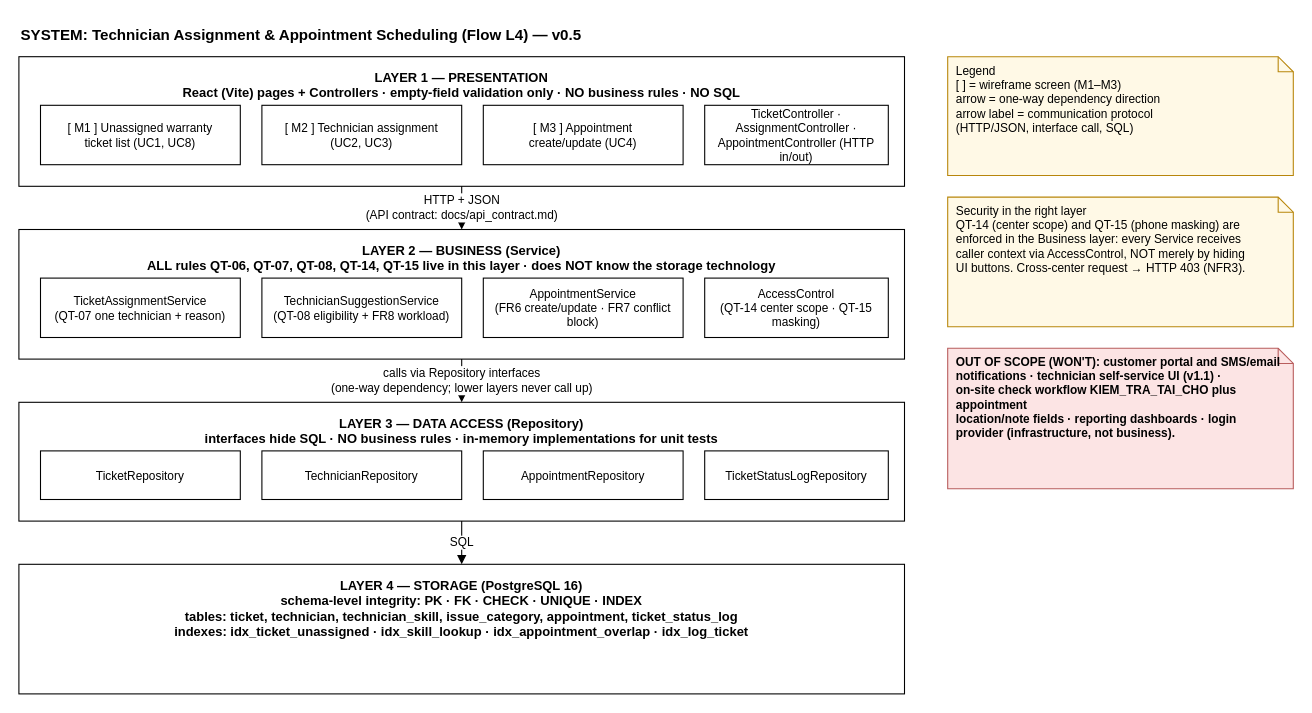
This is docs/architecture_l4_en.drawio from RASPHONE/cdtn1-rasphonesamphanthamith-l4, a draw.io file, before an edit. Source tidied: cells renumbered, new cells numbered last; positions are measured from the earlier drawing's top-left corner, leaving out a move shared by most shapes. Both pictures are drawn from the tidied source at 108%, with x=0, y=0 at pixel (18, 18).
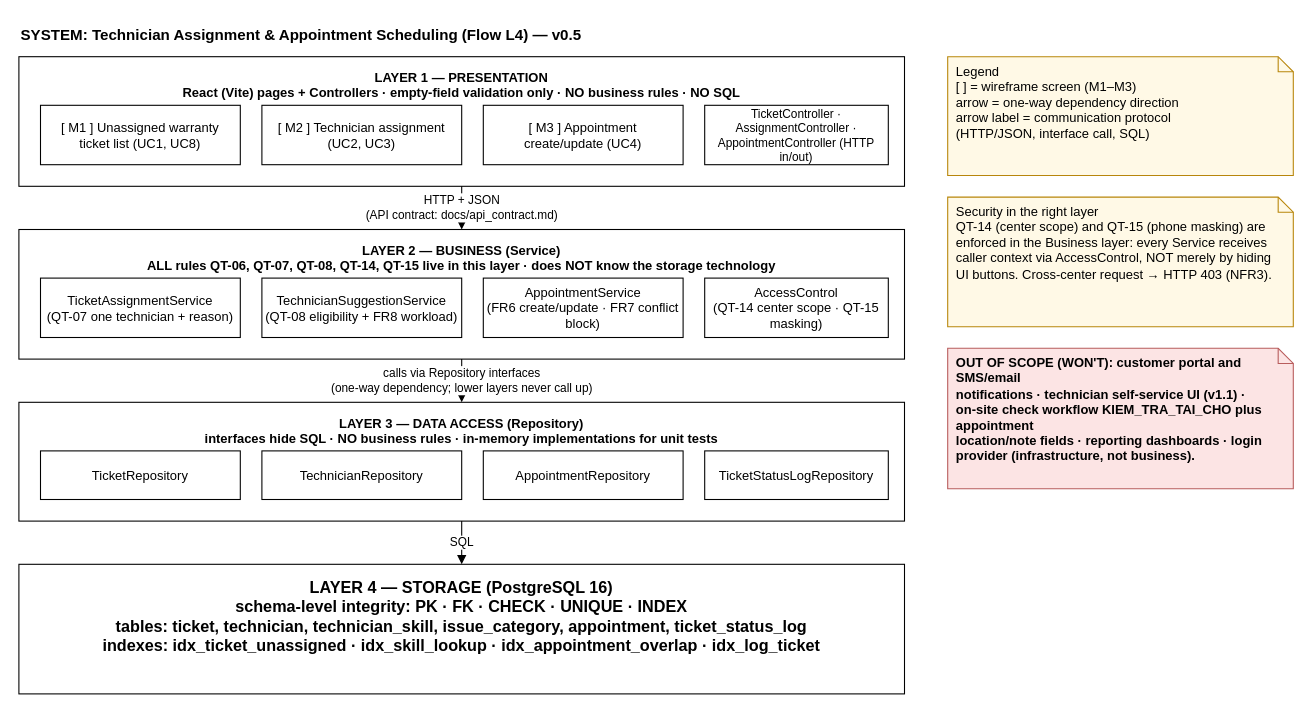
The same page after the edit.

The edit, as a diff of the source:
```diff
@@
-    <mxCell id="4" value="[ M1 ] Unassigned warranty&#10;ticket list (UC1, UC8)" style="rounded=0;whiteSpace=wrap;html=1;fontSize=11;" parent="1" vertex="1">
+    <mxCell id="4" value="[ M1 ] Unassigned warranty&#10;ticket list (UC1, UC8)" style="rounded=0;whiteSpace=wrap;html=1;fontSize=12;" parent="1" vertex="1">
       <mxGeometry x="20" y="80" width="185" height="55" as="geometry" />
     </mxCell>
-    <mxCell id="5" value="[ M2 ] Technician assignment&#10;(UC2, UC3)" style="rounded=0;whiteSpace=wrap;html=1;fontSize=11;" parent="1" vertex="1">
+    <mxCell id="5" value="[ M2 ] Technician assignment&#10;(UC2, UC3)" style="rounded=0;whiteSpace=wrap;html=1;fontSize=12;" parent="1" vertex="1">
       <mxGeometry x="225" y="80" width="185" height="55" as="geometry" />
     </mxCell>
-    <mxCell id="6" value="[ M3 ] Appointment&#10;create/update (UC4)" style="rounded=0;whiteSpace=wrap;html=1;fontSize=11;" parent="1" vertex="1">
+    <mxCell id="6" value="[ M3 ] Appointment&#10;create/update (UC4)" style="rounded=0;whiteSpace=wrap;html=1;fontSize=12;" parent="1" vertex="1">
       <mxGeometry x="430" y="80" width="185" height="55" as="geometry" />
     </mxCell>
@@
-    <mxCell id="9" value="TicketAssignmentService&#10;(QT-07 one technician + reason)" style="rounded=0;whiteSpace=wrap;html=1;fontSize=11;" parent="1" vertex="1">
+    <mxCell id="9" value="TicketAssignmentService&#10;(QT-07 one technician + reason)" style="rounded=0;whiteSpace=wrap;html=1;fontSize=12;" parent="1" vertex="1">
       <mxGeometry x="20" y="240" width="185" height="55" as="geometry" />
     </mxCell>
-    <mxCell id="10" value="TechnicianSuggestionService&#10;(QT-08 eligibility + FR8 workload)" style="rounded=0;whiteSpace=wrap;html=1;fontSize=11;" parent="1" vertex="1">
+    <mxCell id="10" value="TechnicianSuggestionService&#10;(QT-08 eligibility + FR8 workload)" style="rounded=0;whiteSpace=wrap;html=1;fontSize=12;" parent="1" vertex="1">
       <mxGeometry x="225" y="240" width="185" height="55" as="geometry" />
     </mxCell>
-    <mxCell id="11" value="AppointmentService&#10;(FR6 create/update · FR7 conflict block)" style="rounded=0;whiteSpace=wrap;html=1;fontSize=11;" parent="1" vertex="1">
+    <mxCell id="11" value="AppointmentService&#10;(FR6 create/update · FR7 conflict block)" style="rounded=0;whiteSpace=wrap;html=1;fontSize=12;" parent="1" vertex="1">
       <mxGeometry x="430" y="240" width="185" height="55" as="geometry" />
     </mxCell>
-    <mxCell id="12" value="AccessControl&#10;(QT-14 center scope · QT-15 masking)" style="rounded=0;whiteSpace=wrap;html=1;fontSize=11;" parent="1" vertex="1">
+    <mxCell id="12" value="AccessControl&#10;(QT-14 center scope · QT-15 masking)" style="rounded=0;whiteSpace=wrap;html=1;fontSize=12;" parent="1" vertex="1">
       <mxGeometry x="635" y="240" width="170" height="55" as="geometry" />
     </mxCell>
@@
-    <mxCell id="14" value="TicketRepository" style="rounded=0;whiteSpace=wrap;html=1;fontSize=11;" parent="1" vertex="1">
+    <mxCell id="14" value="TicketRepository" style="rounded=0;whiteSpace=wrap;html=1;fontSize=12;" parent="1" vertex="1">
       <mxGeometry x="20" y="400" width="185" height="45" as="geometry" />
     </mxCell>
-    <mxCell id="15" value="TechnicianRepository" style="rounded=0;whiteSpace=wrap;html=1;fontSize=11;" parent="1" vertex="1">
+    <mxCell id="15" value="TechnicianRepository" style="rounded=0;whiteSpace=wrap;html=1;fontSize=12;" parent="1" vertex="1">
       <mxGeometry x="225" y="400" width="185" height="45" as="geometry" />
     </mxCell>
-    <mxCell id="16" value="AppointmentRepository" style="rounded=0;whiteSpace=wrap;html=1;fontSize=11;" parent="1" vertex="1">
+    <mxCell id="16" value="AppointmentRepository" style="rounded=0;whiteSpace=wrap;html=1;fontSize=12;" parent="1" vertex="1">
       <mxGeometry x="430" y="400" width="185" height="45" as="geometry" />
     </mxCell>
-    <mxCell id="17" value="TicketStatusLogRepository" style="rounded=0;whiteSpace=wrap;html=1;fontSize=11;" parent="1" vertex="1">
+    <mxCell id="17" value="TicketStatusLogRepository" style="rounded=0;whiteSpace=wrap;html=1;fontSize=12;" parent="1" vertex="1">
       <mxGeometry x="635" y="400" width="170" height="45" as="geometry" />
     </mxCell>
-    <mxCell id="18" value="LAYER 4 — STORAGE (PostgreSQL 16)&#10;schema-level integrity: PK · FK · CHECK · UNIQUE · INDEX&#10;tables: ticket, technician, technician_skill, issue_category, appointment, ticket_status_log&#10;indexes: idx_ticket_unassigned · idx_skill_lookup · idx_appointment_overlap · idx_log_ticket" style="rounded=0;whiteSpace=wrap;html=1;fillColor=none;strokeColor=#000000;verticalAlign=top;fontStyle=1;fontSize=12;spacingTop=6;" parent="1" vertex="1">
+    <mxCell id="18" value="LAYER 4 — STORAGE (PostgreSQL 16)&#10;schema-level integrity: PK · FK · CHECK · UNIQUE · INDEX&#10;tables: ticket, technician, technician_skill, issue_category, appointment, ticket_status_log&#10;indexes: idx_ticket_unassigned · idx_skill_lookup · idx_appointment_overlap · idx_log_ticket" style="rounded=0;whiteSpace=wrap;html=1;fillColor=none;strokeColor=#000000;verticalAlign=top;fontStyle=1;fontSize=15;spacingTop=6;" parent="1" vertex="1">
       <mxGeometry y="505" width="820" height="120" as="geometry" />
     </mxCell>
@@
-    <mxCell id="22" value="Legend&#10;[ ] = wireframe screen (M1–M3)&#10;arrow = one-way dependency direction&#10;arrow label = communication protocol&#10;(HTTP/JSON, interface call, SQL)" style="shape=note;whiteSpace=wrap;html=1;size=14;align=left;verticalAlign=top;spacingLeft=6;fontSize=11;fillColor=#FFF9E6;strokeColor=#B8860B;" parent="1" vertex="1">
+    <mxCell id="22" value="Legend&#10;[ ] = wireframe screen (M1–M3)&#10;arrow = one-way dependency direction&#10;arrow label = communication protocol&#10;(HTTP/JSON, interface call, SQL)" style="shape=note;whiteSpace=wrap;html=1;size=14;align=left;verticalAlign=top;spacingLeft=6;fontSize=12;fillColor=#FFF9E6;strokeColor=#B8860B;" parent="1" vertex="1">
       <mxGeometry x="860" y="35" width="320" height="110" as="geometry" />
     </mxCell>
-    <mxCell id="23" value="Security in the right layer&#10;QT-14 (center scope) and QT-15 (phone masking) are&#10;enforced in the Business layer: every Service receives&#10;caller context via AccessControl, NOT merely by hiding&#10;UI buttons. Cross-center request → HTTP 403 (NFR3)." style="shape=note;whiteSpace=wrap;html=1;size=14;align=left;verticalAlign=top;spacingLeft=6;fontSize=11;fillColor=#FFF9E6;strokeColor=#B8860B;" parent="1" vertex="1">
+    <mxCell id="23" value="Security in the right layer&#10;QT-14 (center scope) and QT-15 (phone masking) are&#10;enforced in the Business layer: every Service receives&#10;caller context via AccessControl, NOT merely by hiding&#10;UI buttons. Cross-center request → HTTP 403 (NFR3)." style="shape=note;whiteSpace=wrap;html=1;size=14;align=left;verticalAlign=top;spacingLeft=6;fontSize=12;fillColor=#FFF9E6;strokeColor=#B8860B;" parent="1" vertex="1">
       <mxGeometry x="860" y="165" width="320" height="120" as="geometry" />
     </mxCell>
-    <mxCell id="24" value="OUT OF SCOPE (WON'T): customer portal and SMS/email&#10;notifications · technician self-service UI (v1.1) ·&#10;on-site check workflow KIEM_TRA_TAI_CHO plus appointment&#10;location/note fields · reporting dashboards · login&#10;provider (infrastructure, not business)." style="shape=note;whiteSpace=wrap;html=1;size=14;align=left;verticalAlign=top;spacingLeft=6;fontSize=11;fontStyle=1;fillColor=#FCE4E4;strokeColor=#B85C5C;" parent="1" vertex="1">
+    <mxCell id="24" value="OUT OF SCOPE (WON'T): customer portal and SMS/email&#10;notifications · technician self-service UI (v1.1) ·&#10;on-site check workflow KIEM_TRA_TAI_CHO plus appointment&#10;location/note fields · reporting dashboards · login&#10;provider (infrastructure, not business)." style="shape=note;whiteSpace=wrap;html=1;size=14;align=left;verticalAlign=top;spacingLeft=6;fontSize=12;fontStyle=1;fillColor=#FCE4E4;strokeColor=#B85C5C;" parent="1" vertex="1">
       <mxGeometry x="860" y="305" width="320" height="130" as="geometry" />
     </mxCell>
```
